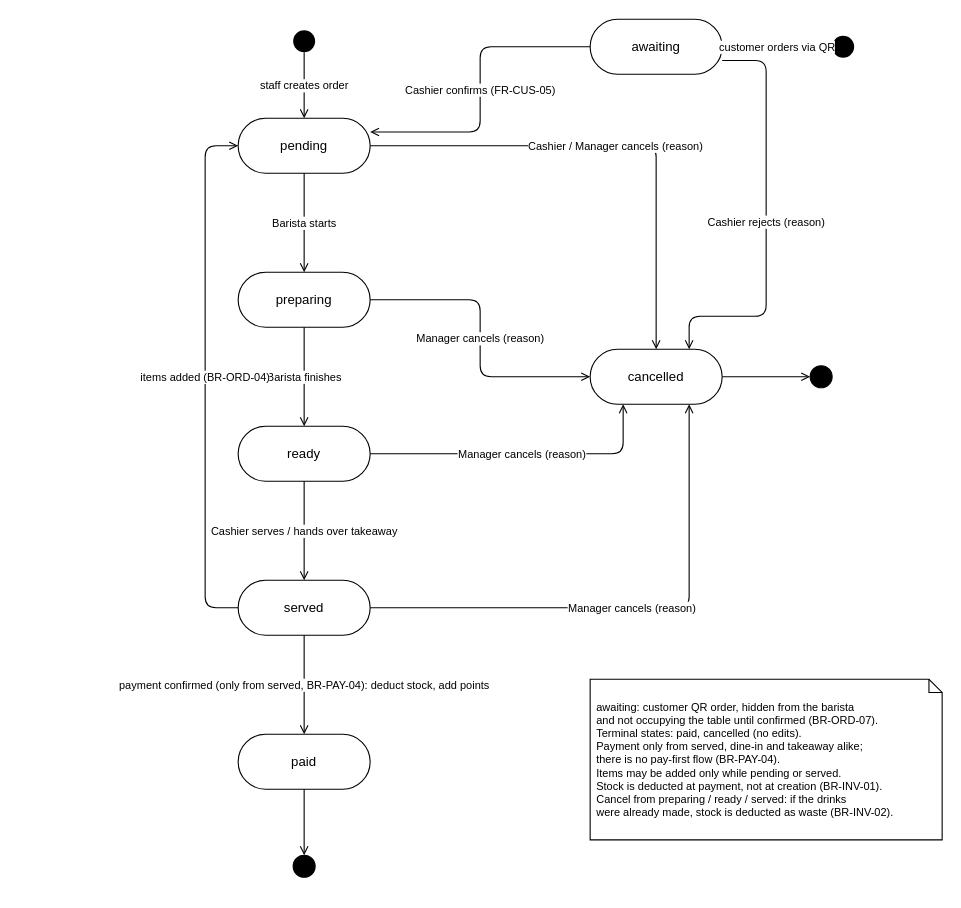
Earlier version of the draw.io diagram docs/diagrams/order-state-machine.drawio (huytran303/CafeManagementSystem). Source tidied: cells renumbered, new cells numbered last; positions are measured from the earlier drawing's top-left corner, leaving out a move shared by most shapes. Both pictures are drawn from the tidied source at 110%, with x=0, y=0 at pixel (205, 19).
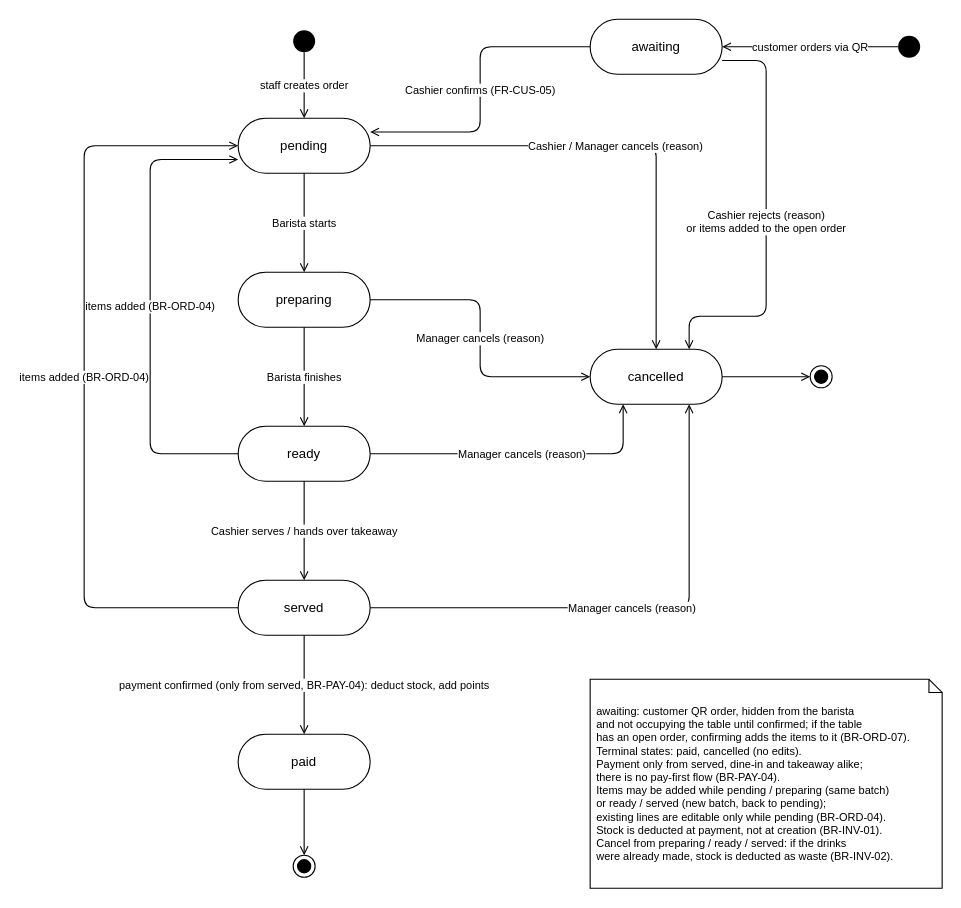
The same page after the edit.

The change refers to these unchanged cells:
```xml
<mxCell id="3" value="pending" style="rounded=1;arcSize=50;whiteSpace=wrap;html=1;strokeWidth=1;fillColor=#ffffff;fontSize=12;" parent="1" vertex="1">
  <mxGeometry x="30" y="90" width="120" height="50" as="geometry" />
</mxCell>
<mxCell id="5" value="ready" style="rounded=1;arcSize=50;whiteSpace=wrap;html=1;strokeWidth=1;fillColor=#ffffff;fontSize=12;" parent="1" vertex="1">
  <mxGeometry x="30" y="370" width="120" height="50" as="geometry" />
</mxCell>
<mxCell id="6" value="served" style="rounded=1;arcSize=50;whiteSpace=wrap;html=1;strokeWidth=1;fillColor=#ffffff;fontSize=12;" parent="1" vertex="1">
  <mxGeometry x="30" y="510" width="120" height="50" as="geometry" />
</mxCell>
<mxCell id="9" value="cancelled" style="rounded=1;arcSize=50;whiteSpace=wrap;html=1;strokeWidth=1;fillColor=#ffffff;fontSize=12;" parent="1" vertex="1">
  <mxGeometry x="350" y="300" width="120" height="50" as="geometry" />
</mxCell>
<mxCell id="25" value="awaiting" style="rounded=1;arcSize=50;whiteSpace=wrap;html=1;strokeWidth=1;fillColor=#ffffff;fontSize=12;" parent="1" vertex="1">
  <mxGeometry x="350" width="120" height="50" as="geometry" />
</mxCell>
```

The edit, as a diff of the source:
```diff
@@
-    <mxCell id="8" style="ellipse;shape=doubleEllipse;fillColor=#000000;strokeColor=#000000;strokeWidth=1;" parent="1" vertex="1">
+    <mxCell id="8" style="ellipse;html=1;shape=endState;fillColor=#000000;strokeColor=#000000;strokeWidth=1;" parent="1" vertex="1">
       <mxGeometry x="80" y="760" width="20" height="20" as="geometry" />
     </mxCell>
@@
-    <mxCell id="10" style="ellipse;shape=doubleEllipse;fillColor=#000000;strokeColor=#000000;strokeWidth=1;" parent="1" vertex="1">
+    <mxCell id="10" style="ellipse;html=1;shape=endState;fillColor=#000000;strokeColor=#000000;strokeWidth=1;" parent="1" vertex="1">
       <mxGeometry x="550" y="315" width="20" height="20" as="geometry" />
     </mxCell>
@@
     <mxCell id="19" value="items added (BR-ORD-04)" style="edgeStyle=orthogonalEdgeStyle;rounded=1;html=1;strokeWidth=1;endArrow=open;endFill=0;fontSize=10;labelBackgroundColor=#ffffff;exitX=0;exitY=0.5;exitDx=0;exitDy=0;entryX=0;entryY=0.5;entryDx=0;entryDy=0;" parent="1" edge="1" source="6" target="3">
       <mxGeometry relative="1" as="geometry">
         <Array as="points">
-          <mxPoint y="535" />
-          <mxPoint y="115" />
+          <mxPoint x="-110" y="535" />
+          <mxPoint x="-110" y="115" />
         </Array>
       </mxGeometry>
     </mxCell>
@@
-    <mxCell id="21" value="awaiting: customer QR order, hidden from the barista&lt;br&gt;and not occupying the table until confirmed (BR-ORD-07).&lt;br&gt;Terminal states: paid, cancelled (no edits).&lt;br&gt;Payment only from served, dine-in and takeaway alike;&lt;br&gt;there is no pay-first flow (BR-PAY-04).&lt;br&gt;Items may be added only while pending or served.&lt;br&gt;Stock is deducted at payment, not at creation (BR-INV-01).&lt;br&gt;Cancel from preparing / ready / served: if the drinks&lt;br&gt;were already made, stock is deducted as waste (BR-INV-02)." style="shape=note;size=12;whiteSpace=wrap;html=1;strokeWidth=1;fillColor=#ffffff;fontSize=10;align=left;spacing=6;" parent="1" vertex="1">
-      <mxGeometry x="350" y="600" width="320" height="146" as="geometry" />
+    <mxCell id="21" value="awaiting: customer QR order, hidden from the barista&lt;br&gt;and not occupying the table until confirmed; if the table&lt;br&gt;has an open order, confirming adds the items to it (BR-ORD-07).&lt;br&gt;Terminal states: paid, cancelled (no edits).&lt;br&gt;Payment only from served, dine-in and takeaway alike;&lt;br&gt;there is no pay-first flow (BR-PAY-04).&lt;br&gt;Items may be added while pending / preparing (same batch)&lt;br&gt;or ready / served (new batch, back to pending);&lt;br&gt;existing lines are editable only while pending (BR-ORD-04).&lt;br&gt;Stock is deducted at payment, not at creation (BR-INV-01).&lt;br&gt;Cancel from preparing / ready / served: if the drinks&lt;br&gt;were already made, stock is deducted as waste (BR-INV-02)." style="shape=note;size=12;whiteSpace=wrap;html=1;strokeWidth=1;fillColor=#ffffff;fontSize=10;align=left;spacing=6;" parent="1" vertex="1">
+      <mxGeometry x="350" y="600" width="320" height="190" as="geometry" />
     </mxCell>
@@
     <mxCell id="24" style="ellipse;fillColor=#000000;strokeColor=none;" parent="1" vertex="1">
-      <mxGeometry x="570" y="15" width="20" height="20" as="geometry" />
+      <mxGeometry x="630" y="15" width="20" height="20" as="geometry" />
     </mxCell>
@@
-    <mxCell id="28" value="Cashier rejects (reason)" style="edgeStyle=orthogonalEdgeStyle;rounded=1;html=1;strokeWidth=1;endArrow=open;endFill=0;fontSize=10;labelBackgroundColor=#ffffff;exitX=1;exitY=0.75;exitDx=0;exitDy=0;entryX=0.75;entryY=0;entryDx=0;entryDy=0;" parent="1" edge="1" source="25" target="9">
+    <mxCell id="28" value="Cashier rejects (reason)&lt;br&gt;or items added to the open order" style="edgeStyle=orthogonalEdgeStyle;rounded=1;html=1;strokeWidth=1;endArrow=open;endFill=0;fontSize=10;labelBackgroundColor=#ffffff;exitX=1;exitY=0.75;exitDx=0;exitDy=0;entryX=0.75;entryY=0;entryDx=0;entryDy=0;" parent="1" edge="1" source="25" target="9">
       <mxGeometry relative="1" as="geometry">
         <Array as="points">
           <mxPoint x="510" y="38" />
           <mxPoint x="510" y="270" />
           <mxPoint x="440" y="270" />
         </Array>
       </mxGeometry>
     </mxCell>
+    <mxCell id="29" value="items added (BR-ORD-04)" style="edgeStyle=orthogonalEdgeStyle;rounded=1;html=1;strokeWidth=1;endArrow=open;endFill=0;fontSize=10;labelBackgroundColor=#ffffff;exitX=0;exitY=0.5;exitDx=0;exitDy=0;entryX=0;entryY=0.75;entryDx=0;entryDy=0;" parent="1" edge="1" source="5" target="3">
+      <mxGeometry relative="1" as="geometry">
+        <Array as="points">
+          <mxPoint x="-50" y="395" />
+          <mxPoint x="-50" y="127" />
+        </Array>
+      </mxGeometry>
+    </mxCell>
```
